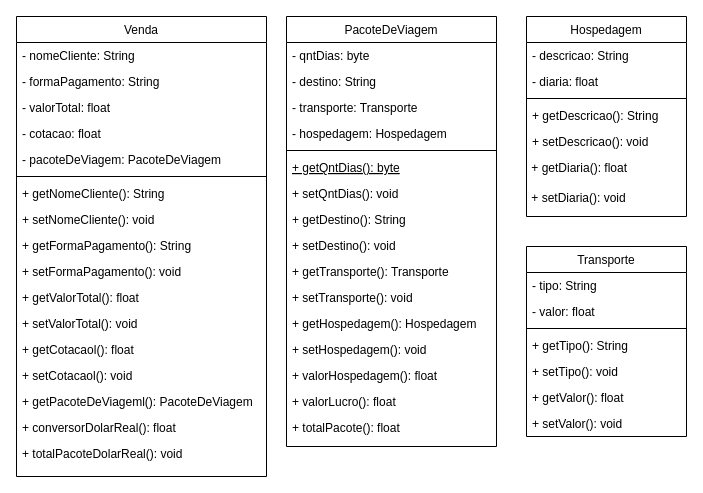
TomazMotaDev/nlw-experts-projeto keeps this draw.io diagram as Diagrama sem nome.drawio. Above is the earlier version. Source tidied: cells renumbered, new cells numbered last; positions are measured from the earlier drawing's top-left corner, leaving out a move shared by most shapes. Both pictures are drawn from the tidied source at 100%, with x=0, y=0 at pixel (16, 16).
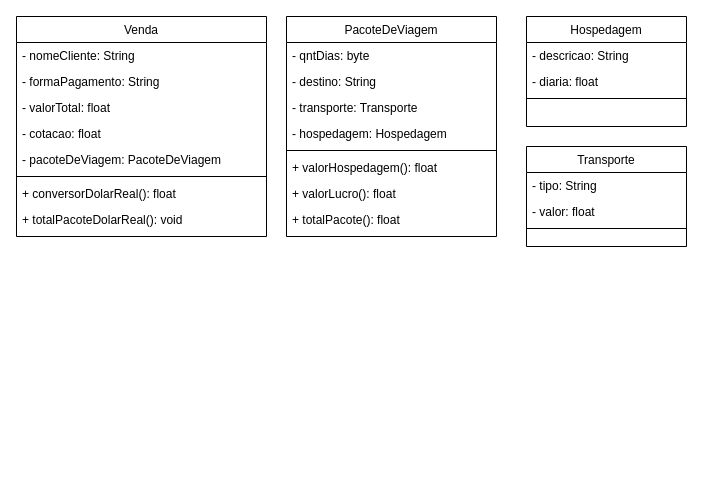
The same diagram, later.

Commit message:
UML sem Getter e Setter.drawio

What changed in the source:
```diff
@@
     <mxCell id="2" value="Venda" style="swimlane;fontStyle=0;align=center;verticalAlign=top;horizontal=1;startSize=26;rounded=0;shadow=0;strokeWidth=1;" parent="1" vertex="1">
-      <mxGeometry width="250" height="460" as="geometry" />
+      <mxGeometry width="250" height="220" as="geometry" />
     </mxCell>
@@
-    <mxCell id="9" value="+ getNomeCliente(): String" style="text;align=left;verticalAlign=top;spacingLeft=4;spacingRight=4;overflow=hidden;" parent="2" vertex="1">
-      <mxGeometry y="164" width="250" height="26" as="geometry" />
-    </mxCell>
-    <mxCell id="10" value="+ setNomeCliente(): void" style="text;align=left;verticalAlign=top;spacingLeft=4;spacingRight=4;overflow=hidden;" parent="2" vertex="1">
-      <mxGeometry y="190" width="250" height="26" as="geometry" />
-    </mxCell>
-    <mxCell id="11" value="+ getFormaPagamento(): String" style="text;align=left;verticalAlign=top;spacingLeft=4;spacingRight=4;overflow=hidden;" parent="2" vertex="1">
-      <mxGeometry y="216" width="250" height="26" as="geometry" />
-    </mxCell>
-    <mxCell id="12" value="+ setFormaPagamento(): void" style="text;align=left;verticalAlign=top;spacingLeft=4;spacingRight=4;overflow=hidden;" parent="2" vertex="1">
-      <mxGeometry y="242" width="250" height="26" as="geometry" />
-    </mxCell>
-    <mxCell id="13" value="+ getValorTotal(): float" style="text;align=left;verticalAlign=top;spacingLeft=4;spacingRight=4;overflow=hidden;" parent="2" vertex="1">
-      <mxGeometry y="268" width="250" height="26" as="geometry" />
-    </mxCell>
-    <mxCell id="14" value="+ setValorTotal(): void" style="text;align=left;verticalAlign=top;spacingLeft=4;spacingRight=4;overflow=hidden;" parent="2" vertex="1">
-      <mxGeometry y="294" width="250" height="26" as="geometry" />
-    </mxCell>
-    <mxCell id="15" value="+ getCotacaol(): float" style="text;align=left;verticalAlign=top;spacingLeft=4;spacingRight=4;overflow=hidden;" parent="2" vertex="1">
-      <mxGeometry y="320" width="250" height="26" as="geometry" />
-    </mxCell>
-    <mxCell id="16" value="+ setCotacaol(): void" style="text;align=left;verticalAlign=top;spacingLeft=4;spacingRight=4;overflow=hidden;" parent="2" vertex="1">
-      <mxGeometry y="346" width="250" height="26" as="geometry" />
-    </mxCell>
-    <mxCell id="17" value="+ getPacoteDeViageml(): PacoteDeViagem" style="text;align=left;verticalAlign=top;spacingLeft=4;spacingRight=4;overflow=hidden;" parent="2" vertex="1">
-      <mxGeometry y="372" width="250" height="26" as="geometry" />
-    </mxCell>
     <mxCell id="18" value="+ conversorDolarReal(): float" style="text;align=left;verticalAlign=top;spacingLeft=4;spacingRight=4;overflow=hidden;" parent="2" vertex="1">
-      <mxGeometry y="398" width="250" height="26" as="geometry" />
+      <mxGeometry y="164" width="250" height="26" as="geometry" />
     </mxCell>
     <mxCell id="19" value="+ totalPacoteDolarReal(): void" style="text;align=left;verticalAlign=top;spacingLeft=4;spacingRight=4;overflow=hidden;" parent="2" vertex="1">
-      <mxGeometry y="424" width="250" height="26" as="geometry" />
+      <mxGeometry y="190" width="250" height="26" as="geometry" />
     </mxCell>
     <mxCell id="20" value="PacoteDeViagem" style="swimlane;fontStyle=0;align=center;verticalAlign=top;horizontal=1;startSize=26;rounded=0;shadow=0;strokeWidth=1;" parent="1" vertex="1">
-      <mxGeometry x="270" width="210" height="430" as="geometry" />
+      <mxGeometry x="270" width="210" height="220" as="geometry" />
     </mxCell>
@@
-    <mxCell id="26" value="+ getQntDias(): byte" style="text;align=left;verticalAlign=top;spacingLeft=4;spacingRight=4;overflow=hidden;fontStyle=4;" parent="20" vertex="1">
-      <mxGeometry y="138" width="210" height="26" as="geometry" />
-    </mxCell>
-    <mxCell id="27" value="+ setQntDias(): void" style="text;align=left;verticalAlign=top;spacingLeft=4;spacingRight=4;overflow=hidden;" parent="20" vertex="1">
-      <mxGeometry y="164" width="210" height="26" as="geometry" />
-    </mxCell>
-    <mxCell id="28" value="+ getDestino(): String" style="text;align=left;verticalAlign=top;spacingLeft=4;spacingRight=4;overflow=hidden;" parent="20" vertex="1">
-      <mxGeometry y="190" width="210" height="26" as="geometry" />
-    </mxCell>
-    <mxCell id="29" value="+ setDestino(): void" style="text;align=left;verticalAlign=top;spacingLeft=4;spacingRight=4;overflow=hidden;" parent="20" vertex="1">
-      <mxGeometry y="216" width="210" height="26" as="geometry" />
-    </mxCell>
-    <mxCell id="30" value="+ getTransporte(): Transporte" style="text;align=left;verticalAlign=top;spacingLeft=4;spacingRight=4;overflow=hidden;" parent="20" vertex="1">
-      <mxGeometry y="242" width="210" height="26" as="geometry" />
-    </mxCell>
-    <mxCell id="31" value="+ setTransporte(): void" style="text;align=left;verticalAlign=top;spacingLeft=4;spacingRight=4;overflow=hidden;" parent="20" vertex="1">
-      <mxGeometry y="268" width="210" height="26" as="geometry" />
-    </mxCell>
-    <mxCell id="32" value="+ getHospedagem(): Hospedagem" style="text;align=left;verticalAlign=top;spacingLeft=4;spacingRight=4;overflow=hidden;" parent="20" vertex="1">
-      <mxGeometry y="294" width="210" height="26" as="geometry" />
-    </mxCell>
-    <mxCell id="33" value="+ setHospedagem(): void" style="text;align=left;verticalAlign=top;spacingLeft=4;spacingRight=4;overflow=hidden;" parent="20" vertex="1">
-      <mxGeometry y="320" width="210" height="26" as="geometry" />
-    </mxCell>
     <mxCell id="34" value="+ valorHospedagem(): float" style="text;align=left;verticalAlign=top;spacingLeft=4;spacingRight=4;overflow=hidden;" parent="20" vertex="1">
-      <mxGeometry y="346" width="210" height="26" as="geometry" />
+      <mxGeometry y="138" width="210" height="26" as="geometry" />
     </mxCell>
     <mxCell id="35" value="+ valorLucro(): float" style="text;align=left;verticalAlign=top;spacingLeft=4;spacingRight=4;overflow=hidden;" parent="20" vertex="1">
-      <mxGeometry y="372" width="210" height="26" as="geometry" />
+      <mxGeometry y="164" width="210" height="26" as="geometry" />
     </mxCell>
     <mxCell id="36" value="+ totalPacote(): float" style="text;align=left;verticalAlign=top;spacingLeft=4;spacingRight=4;overflow=hidden;" parent="20" vertex="1">
-      <mxGeometry y="398" width="210" height="26" as="geometry" />
+      <mxGeometry y="190" width="210" height="26" as="geometry" />
     </mxCell>
     <mxCell id="37" value="Transporte" style="swimlane;fontStyle=0;align=center;verticalAlign=top;horizontal=1;startSize=26;rounded=0;shadow=0;strokeWidth=1;" parent="1" vertex="1">
-      <mxGeometry x="510" y="230" width="160" height="190" as="geometry" />
+      <mxGeometry x="510" y="130" width="160" height="100" as="geometry" />
     </mxCell>
@@
-    <mxCell id="41" value="+ getTipo(): String" style="text;align=left;verticalAlign=top;spacingLeft=4;spacingRight=4;overflow=hidden;" parent="37" vertex="1">
-      <mxGeometry y="86" width="160" height="26" as="geometry" />
-    </mxCell>
-    <mxCell id="42" value="+ setTipo(): void" style="text;align=left;verticalAlign=top;spacingLeft=4;spacingRight=4;overflow=hidden;" parent="37" vertex="1">
-      <mxGeometry y="112" width="160" height="26" as="geometry" />
-    </mxCell>
-    <mxCell id="43" value="+ getValor(): float" style="text;align=left;verticalAlign=top;spacingLeft=4;spacingRight=4;overflow=hidden;" parent="37" vertex="1">
-      <mxGeometry y="138" width="160" height="26" as="geometry" />
-    </mxCell>
-    <mxCell id="44" value="+ setValor(): void" style="text;align=left;verticalAlign=top;spacingLeft=4;spacingRight=4;overflow=hidden;" parent="37" vertex="1">
-      <mxGeometry y="164" width="160" height="26" as="geometry" />
-    </mxCell>
     <mxCell id="45" value="Hospedagem" style="swimlane;fontStyle=0;align=center;verticalAlign=top;horizontal=1;startSize=26;rounded=0;shadow=0;strokeWidth=1;" parent="1" vertex="1">
-      <mxGeometry x="510" width="160" height="200" as="geometry" />
+      <mxGeometry x="510" width="160" height="110" as="geometry" />
     </mxCell>
@@
-    <mxCell id="49" value="+ getDescricao(): String" style="text;align=left;verticalAlign=top;spacingLeft=4;spacingRight=4;overflow=hidden;" parent="45" vertex="1">
-      <mxGeometry y="86" width="160" height="26" as="geometry" />
-    </mxCell>
-    <mxCell id="50" value="+ setDescricao(): void" style="text;align=left;verticalAlign=top;spacingLeft=4;spacingRight=4;overflow=hidden;" parent="45" vertex="1">
-      <mxGeometry y="112" width="160" height="26" as="geometry" />
-    </mxCell>
-    <mxCell id="51" value=" + getDiaria(): float" style="text;align=left;verticalAlign=top;strokeColor=none;fillColor=none;" parent="45" vertex="1">
-      <mxGeometry y="138" width="160" height="30" as="geometry" />
-    </mxCell>
-    <mxCell id="52" value=" + setDiaria(): void&#10;" style="text;align=left;verticalAlign=top;strokeColor=none;fillColor=none;" parent="45" vertex="1">
-      <mxGeometry y="168" width="160" height="30" as="geometry" />
-    </mxCell>
```
